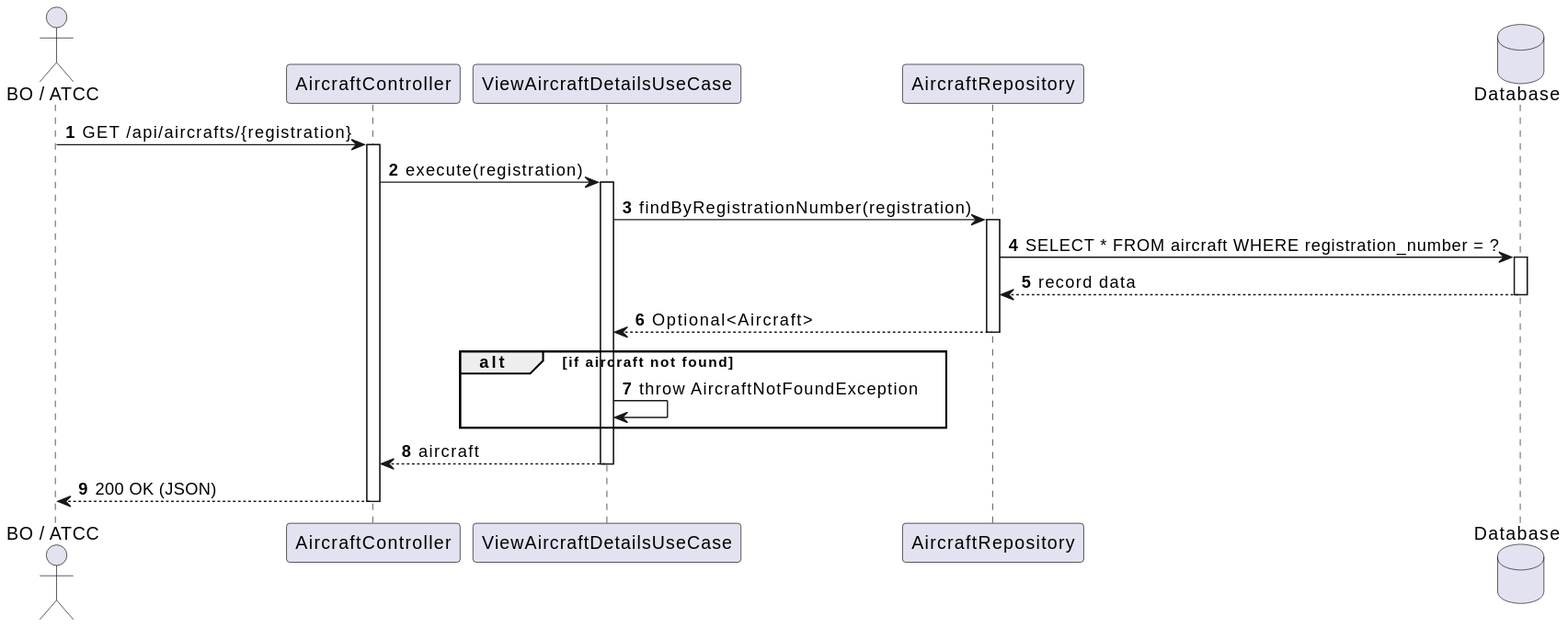
Earlier version of the PlantUML export docs/system-documentation/use-cases/WP1A/US103/svg/sd_us103.svg (VascoMagolo/psoft_1231562_1241692_1242036_2db). The source it was exported from:
```plantuml
@startuml
autonumber
actor "BO / ATCC" as Actor
participant "AircraftController" as Ctrl
participant "ViewAircraftDetailsUseCase" as UC
participant "AircraftRepository" as Repo
database "Database" as DB

Actor -> Ctrl : GET /api/aircrafts/{registration}
activate Ctrl

Ctrl -> UC : execute(registration)
activate UC

UC -> Repo : findByRegistrationNumber(registration)
activate Repo
Repo -> DB : SELECT * FROM aircraft WHERE registration_number = ?
activate DB
DB --> Repo : record data
deactivate DB
Repo --> UC : Optional<Aircraft>
deactivate Repo

alt if aircraft not found
    UC -> UC : throw AircraftNotFoundException
end

UC --> Ctrl : aircraft
deactivate UC

Ctrl --> Actor : 200 OK (JSON)
deactivate Ctrl
@enduml
```
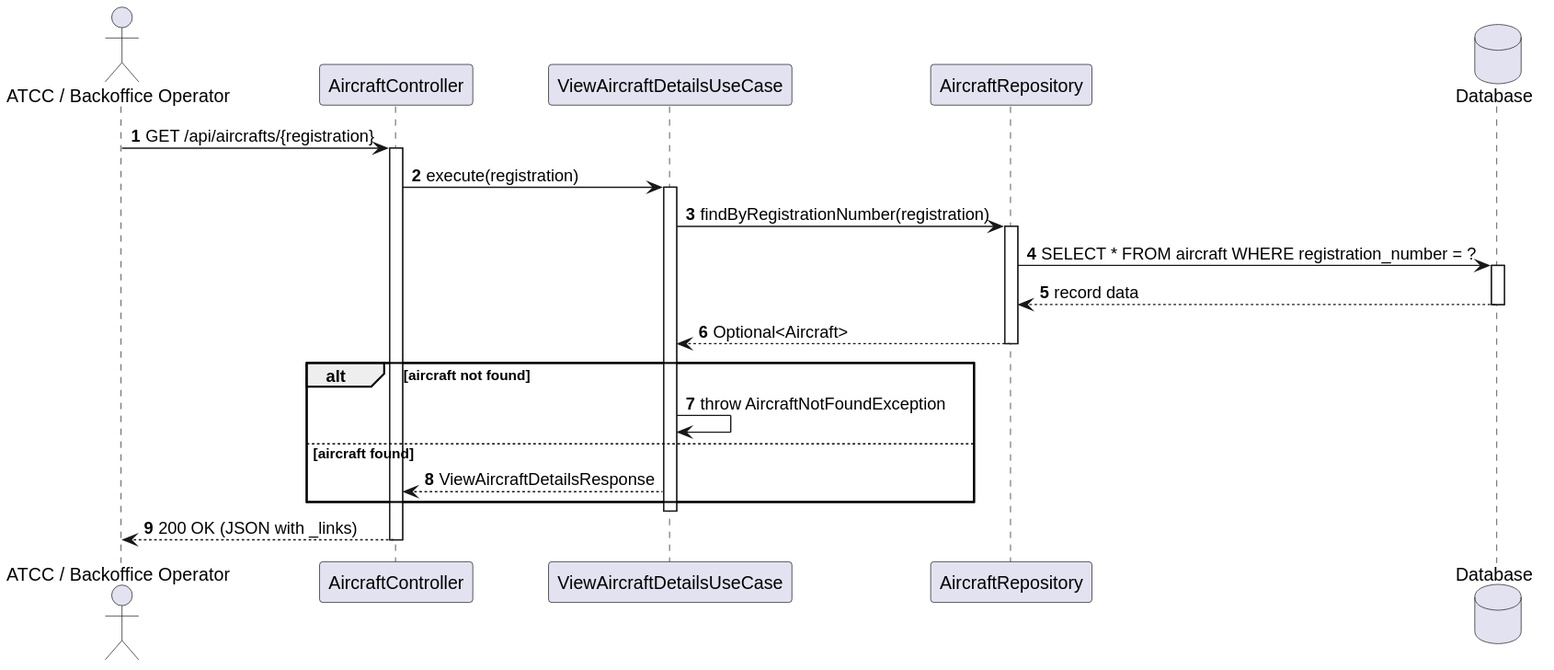
Later version of the same file.

Change to the diagram source:
```diff
@@ -1,17 +1,14 @@
 @startuml
 autonumber
-actor "BO / ATCC" as Actor
+actor "ATCC / Backoffice Operator" as Actor
 participant "AircraftController" as Ctrl
 participant "ViewAircraftDetailsUseCase" as UC
 participant "AircraftRepository" as Repo
 database "Database" as DB
-
 Actor -> Ctrl : GET /api/aircrafts/{registration}
 activate Ctrl
-
 Ctrl -> UC : execute(registration)
 activate UC
-
 UC -> Repo : findByRegistrationNumber(registration)
 activate Repo
 Repo -> DB : SELECT * FROM aircraft WHERE registration_number = ?
@@ -20,14 +17,12 @@
 deactivate DB
 Repo --> UC : Optional<Aircraft>
 deactivate Repo
-
-alt if aircraft not found
+alt aircraft not found
     UC -> UC : throw AircraftNotFoundException
+else aircraft found
+    UC --> Ctrl : ViewAircraftDetailsResponse
 end
-
-UC --> Ctrl : aircraft
 deactivate UC
-
-Ctrl --> Actor : 200 OK (JSON)
+Ctrl --> Actor : 200 OK (JSON with _links)
 deactivate Ctrl
 @enduml
```
